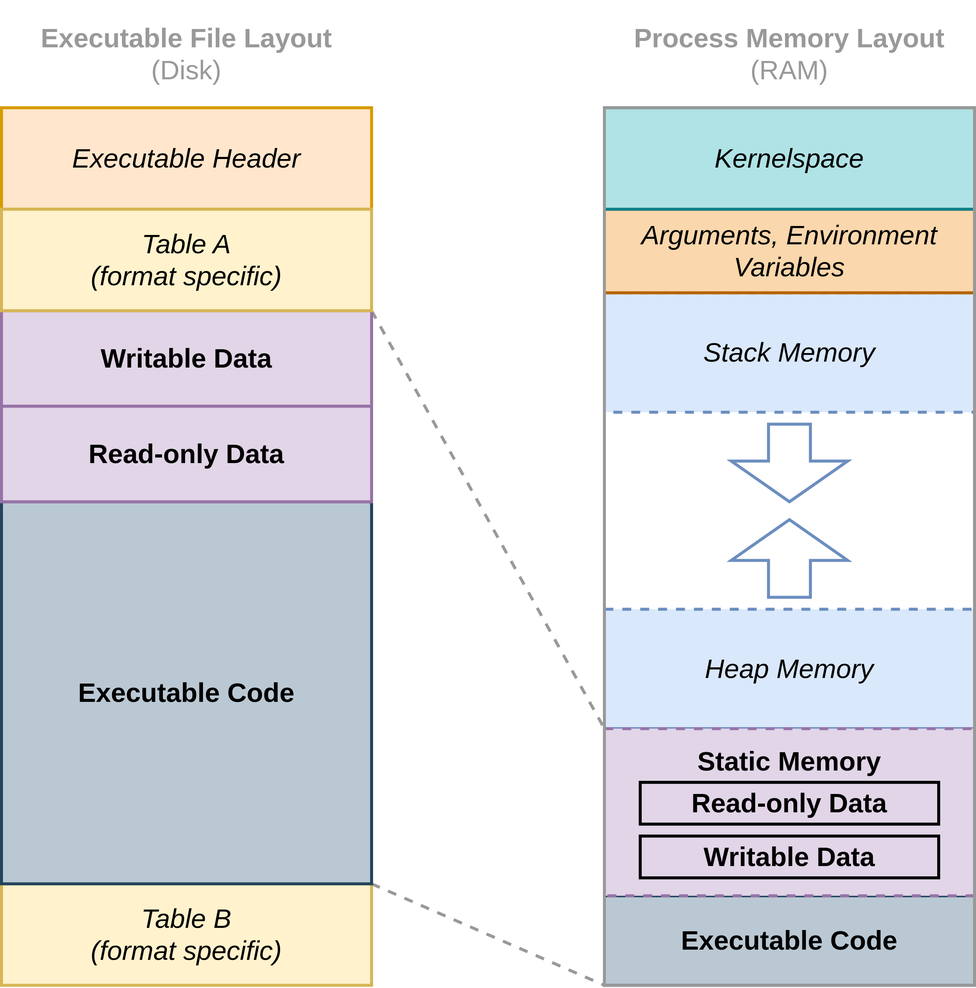
This is src/chp4/program_process.svg from tnballo/high-assurance-rust, a draw.io export, as it was before one commit. Source tidied: cells renumbered, new cells last; positions are measured from the earlier drawing's top-left corner, leaving out a move shared by most shapes.
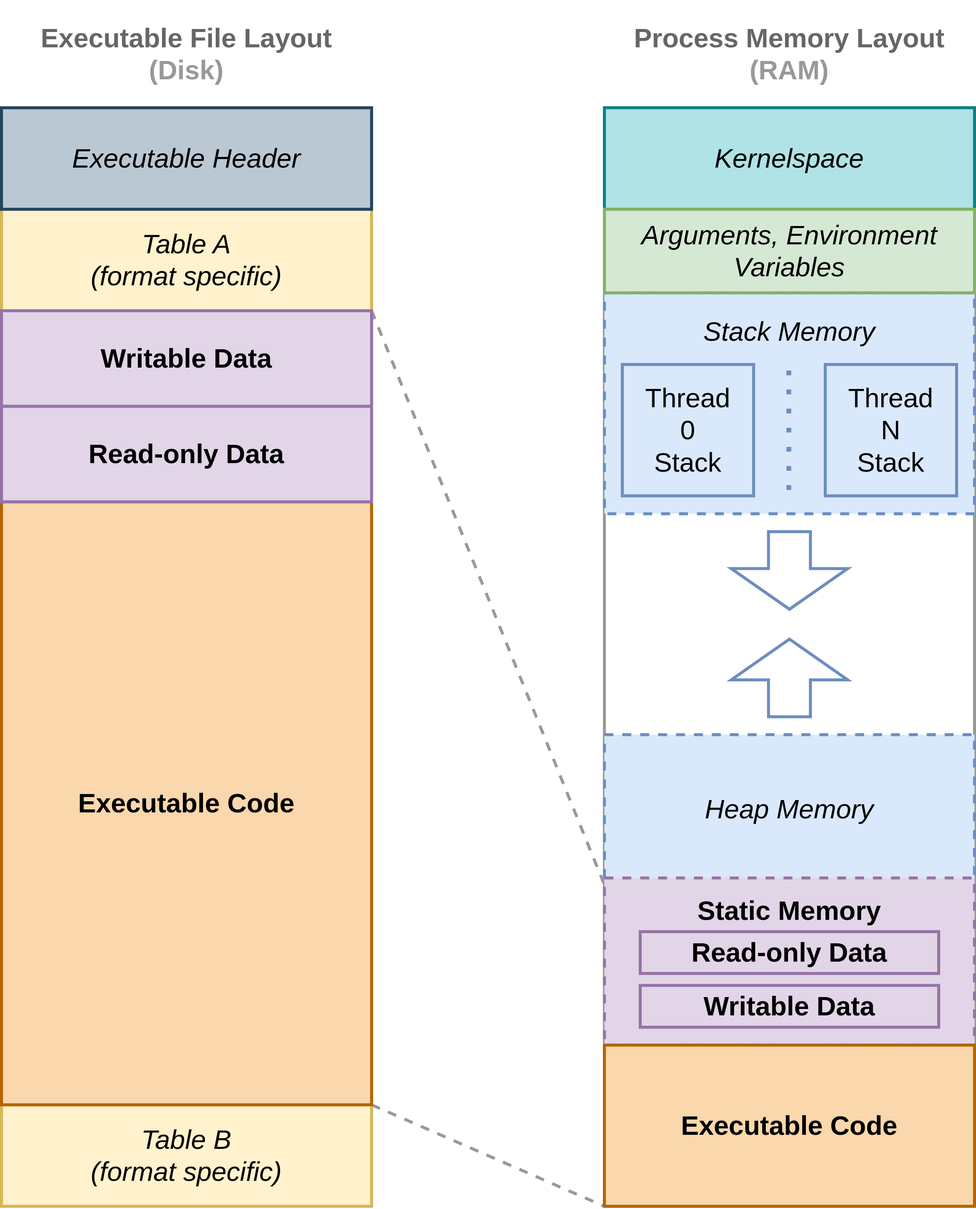
Above is the later version.

Change to the diagram source:
```diff
@@ -2,17 +2,17 @@
   <root>
     <mxCell id="0" />
     <mxCell id="1" parent="0" />
+    <mxCell id="23" style="rounded=0;whiteSpace=wrap;html=1;strokeWidth=5;fillColor=none;verticalAlign=bottom;labelPosition=center;verticalLabelPosition=top;align=center;strokeColor=#999999;fontStyle=1;" parent="1" vertex="1">
+      <mxGeometry x="1010" y="180" width="620" height="1840" as="geometry" />
+    </mxCell>
     <mxCell id="2" value="&lt;font style=&quot;font-size: 45px;&quot;&gt;Heap Memory&lt;/font&gt;" style="rounded=0;whiteSpace=wrap;html=1;strokeWidth=5;fillColor=#dae8fc;fontSize=45;dashed=1;strokeColor=#6c8ebf;fontStyle=2;" parent="1" vertex="1">
-      <mxGeometry x="1010" y="1020" width="620" height="200" as="geometry" />
+      <mxGeometry x="1010" y="1230" width="620" height="250" as="geometry" />
     </mxCell>
-    <mxCell id="3" value="&lt;font style=&quot;font-size: 45px;&quot;&gt;Stack Memory&lt;/font&gt;" style="rounded=0;whiteSpace=wrap;html=1;strokeWidth=5;fillColor=#dae8fc;fontSize=45;dashed=1;strokeColor=#6c8ebf;fontStyle=2;" parent="1" vertex="1">
-      <mxGeometry x="1010" y="490" width="620" height="200" as="geometry" />
+    <mxCell id="3" style="rounded=0;whiteSpace=wrap;html=1;strokeWidth=5;fillColor=#dae8fc;fontSize=45;dashed=1;strokeColor=#6c8ebf;fontStyle=2;" parent="1" vertex="1">
+      <mxGeometry x="1010" y="490" width="620" height="370" as="geometry" />
     </mxCell>
-    <mxCell id="4" value="&lt;font style=&quot;font-size: 45px;&quot;&gt;Executable Code&lt;/font&gt;" style="rounded=0;whiteSpace=wrap;html=1;strokeWidth=5;fillColor=#bac8d3;fontSize=45;strokeColor=#23445d;fontStyle=1;" parent="1" vertex="1">
-      <mxGeometry x="1010" y="1500" width="620" height="150" as="geometry" />
-    </mxCell>
     <mxCell id="5" style="html=1;shadow=0;align=center;verticalAlign=middle;shape=mxgraph.arrows2.arrow;dy=0.64;dx=68.18;direction=north;notch=0;strokeWidth=5;fontSize=45;strokeColor=#6c8ebf;fillColor=none;" parent="1" vertex="1">
-      <mxGeometry x="1222.5" y="870" width="195" height="130" as="geometry" />
+      <mxGeometry x="1222.5" y="1070" width="195" height="130" as="geometry" />
     </mxCell>
     <mxCell id="6" style="endArrow=none;dashed=1;html=1;strokeWidth=5;fontSize=45;fontColor=#330000;strokeColor=#999999;entryX=0.002;entryY=0.709;entryDx=0;entryDy=0;entryPerimeter=0;exitX=1;exitY=0;exitDx=0;exitDy=0;" parent="1" edge="1" source="10" target="23">
       <mxGeometry relative="1" as="geometry" />
@@ -20,53 +20,68 @@
     <mxCell id="7" style="endArrow=none;dashed=1;html=1;strokeWidth=5;fontSize=45;fontColor=#330000;strokeColor=#999999;entryX=0;entryY=1;entryDx=0;entryDy=0;exitX=1;exitY=1;exitDx=0;exitDy=0;" parent="1" edge="1" source="15" target="4">
       <mxGeometry relative="1" as="geometry" />
     </mxCell>
-    <mxCell id="8" value="&lt;div style=&quot;font-size: 45px;&quot;&gt;&lt;font style=&quot;font-size: 45px;&quot;&gt;&lt;font style=&quot;font-size: 45px;&quot;&gt;Arguments, Environment &lt;br style=&quot;font-size: 45px;&quot;&gt;&lt;/font&gt;&lt;/font&gt;&lt;/div&gt;&lt;div style=&quot;font-size: 45px;&quot;&gt;&lt;font style=&quot;font-size: 45px;&quot;&gt;&lt;font style=&quot;font-size: 45px;&quot;&gt;Variables&lt;/font&gt;&lt;/font&gt;&lt;/div&gt;" style="rounded=0;whiteSpace=wrap;html=1;strokeWidth=5;fillColor=#fad7ac;fontSize=45;strokeColor=#b46504;fontStyle=2;" parent="1" vertex="1">
-      <mxGeometry x="1010" y="350" width="620" height="140" as="geometry" />
-    </mxCell>
     <mxCell id="9" style="html=1;shadow=0;align=center;verticalAlign=middle;shape=mxgraph.arrows2.arrow;dy=0.64;dx=68.18;direction=north;notch=0;strokeWidth=5;fontSize=45;strokeColor=#6c8ebf;fillColor=none;rotation=-180;" parent="1" vertex="1">
-      <mxGeometry x="1222.5" y="710" width="195" height="130" as="geometry" />
+      <mxGeometry x="1222.5" y="890" width="195" height="130" as="geometry" />
     </mxCell>
-    <mxCell id="10" value="&lt;font style=&quot;font-size: 45px;&quot;&gt;Writable Data&lt;br style=&quot;font-size: 45px;&quot;&gt;&lt;/font&gt;" style="rounded=0;whiteSpace=wrap;html=1;strokeWidth=5;fillColor=#e1d5e7;fontSize=45;strokeColor=#9673a6;fontStyle=1;" parent="1" vertex="1">
-      <mxGeometry y="520" width="620" height="160" as="geometry" />
-    </mxCell>
     <mxCell id="11" value="&lt;i style=&quot;font-size: 45px;&quot;&gt;&lt;font style=&quot;font-size: 45px;&quot;&gt;&lt;font style=&quot;font-size: 45px;&quot;&gt;Kernelspace&lt;/font&gt;&lt;/font&gt;&lt;/i&gt;" style="rounded=0;whiteSpace=wrap;html=1;strokeWidth=5;fillColor=#b0e3e6;fontSize=45;strokeColor=#0e8088;" parent="1" vertex="1">
       <mxGeometry x="1010" y="180" width="620" height="170" as="geometry" />
     </mxCell>
-    <mxCell id="12" value="&lt;i style=&quot;font-size: 45px;&quot;&gt;&lt;font style=&quot;font-size: 45px;&quot;&gt;&lt;font style=&quot;font-size: 45px;&quot;&gt;Executable Header&lt;br&gt;&lt;/font&gt;&lt;/font&gt;&lt;/i&gt;" style="rounded=0;whiteSpace=wrap;html=1;strokeWidth=5;fillColor=#ffe6cc;fontSize=45;strokeColor=#d79b00;" parent="1" vertex="1">
-      <mxGeometry y="180" width="620" height="170" as="geometry" />
-    </mxCell>
     <mxCell id="13" value="&lt;div&gt;&lt;i style=&quot;font-size: 45px;&quot;&gt;&lt;font style=&quot;font-size: 45px;&quot;&gt;&lt;font style=&quot;font-size: 45px;&quot;&gt;Table A&lt;/font&gt;&lt;/font&gt;&lt;/i&gt;&lt;/div&gt;&lt;div&gt;&lt;i style=&quot;font-size: 45px;&quot;&gt;&lt;font style=&quot;font-size: 45px;&quot;&gt;&lt;font style=&quot;font-size: 45px;&quot;&gt;(format specific)&lt;br&gt;&lt;/font&gt;&lt;/font&gt;&lt;/i&gt;&lt;/div&gt;" style="rounded=0;whiteSpace=wrap;html=1;strokeWidth=5;fillColor=#fff2cc;fontSize=45;strokeColor=#d6b656;" parent="1" vertex="1">
       <mxGeometry y="350" width="620" height="170" as="geometry" />
     </mxCell>
     <mxCell id="14" value="&lt;div&gt;&lt;i style=&quot;font-size: 45px;&quot;&gt;&lt;font style=&quot;font-size: 45px;&quot;&gt;&lt;font style=&quot;font-size: 45px;&quot;&gt;Table B &lt;br&gt;&lt;/font&gt;&lt;/font&gt;&lt;/i&gt;&lt;/div&gt;&lt;div&gt;&lt;i style=&quot;font-size: 45px;&quot;&gt;&lt;font style=&quot;font-size: 45px;&quot;&gt;&lt;font style=&quot;font-size: 45px;&quot;&gt;(format specific)&lt;br&gt;&lt;/font&gt;&lt;/font&gt;&lt;/i&gt;&lt;/div&gt;" style="rounded=0;whiteSpace=wrap;html=1;strokeWidth=5;fillColor=#fff2cc;fontSize=45;strokeColor=#d6b656;" parent="1" vertex="1">
-      <mxGeometry y="1480" width="620" height="170" as="geometry" />
+      <mxGeometry y="1850" width="620" height="170" as="geometry" />
     </mxCell>
-    <mxCell id="15" value="&lt;font style=&quot;font-size: 45px;&quot;&gt;Executable Code&lt;/font&gt;" style="rounded=0;whiteSpace=wrap;html=1;strokeWidth=5;fillColor=#bac8d3;fontSize=45;strokeColor=#23445d;fontStyle=1;" parent="1" vertex="1">
-      <mxGeometry y="840" width="620" height="640" as="geometry" />
+    <mxCell id="15" value="&lt;font style=&quot;font-size: 45px;&quot;&gt;Executable Code&lt;/font&gt;" style="rounded=0;whiteSpace=wrap;html=1;strokeWidth=5;fillColor=#fad7ac;fontSize=45;strokeColor=#b46504;fontStyle=1;" parent="1" vertex="1">
+      <mxGeometry y="840" width="620" height="1010" as="geometry" />
     </mxCell>
     <mxCell id="16" value="&lt;font style=&quot;font-size: 45px;&quot;&gt;Read-only Data&lt;br style=&quot;font-size: 45px;&quot;&gt;&lt;/font&gt;" style="rounded=0;whiteSpace=wrap;html=1;strokeWidth=5;fillColor=#e1d5e7;fontSize=45;strokeColor=#9673a6;fontStyle=1;" parent="1" vertex="1">
       <mxGeometry y="680" width="620" height="160" as="geometry" />
     </mxCell>
-    <mxCell id="17" value="&lt;div&gt;&lt;font color=&quot;#999999&quot;&gt;&lt;b&gt;&lt;font style=&quot;font-size: 45px;&quot;&gt;Executable File Layout &lt;br&gt;&lt;/font&gt;&lt;/b&gt;&lt;/font&gt;&lt;/div&gt;&lt;div&gt;&lt;font color=&quot;#999999&quot;&gt;&lt;font style=&quot;font-size: 45px;&quot;&gt;(Disk)&lt;/font&gt;&lt;/font&gt;&lt;/div&gt;" style="text;html=1;strokeColor=none;fillColor=none;align=center;verticalAlign=middle;whiteSpace=wrap;rounded=0;" parent="1" vertex="1">
+    <mxCell id="17" value="&lt;div&gt;&lt;b&gt;&lt;font color=&quot;#666666&quot; style=&quot;font-size: 45px;&quot;&gt;Executable File Layout&lt;/font&gt;&lt;font color=&quot;#999999&quot;&gt;&lt;font style=&quot;font-size: 45px;&quot;&gt; &lt;br&gt;&lt;/font&gt;&lt;/font&gt;&lt;/b&gt;&lt;/div&gt;&lt;div&gt;&lt;b&gt;&lt;font color=&quot;#999999&quot;&gt;&lt;font style=&quot;font-size: 45px;&quot;&gt;(Disk)&lt;/font&gt;&lt;/font&gt;&lt;/b&gt;&lt;/div&gt;" style="text;html=1;strokeColor=none;fillColor=none;align=center;verticalAlign=middle;whiteSpace=wrap;rounded=0;" parent="1" vertex="1">
       <mxGeometry width="620" height="180" as="geometry" />
     </mxCell>
-    <mxCell id="18" value="&lt;div&gt;&lt;font color=&quot;#999999&quot;&gt;&lt;b&gt;&lt;font style=&quot;font-size: 45px;&quot;&gt;Process Memory Layout &lt;br&gt;&lt;/font&gt;&lt;/b&gt;&lt;/font&gt;&lt;/div&gt;&lt;div&gt;&lt;font color=&quot;#999999&quot;&gt;&lt;font style=&quot;font-size: 45px;&quot;&gt;(RAM)&lt;/font&gt;&lt;/font&gt;&lt;/div&gt;" style="text;html=1;strokeColor=none;fillColor=none;align=center;verticalAlign=middle;whiteSpace=wrap;rounded=0;" parent="1" vertex="1">
+    <mxCell id="18" value="&lt;div&gt;&lt;b&gt;&lt;font color=&quot;#666666&quot; style=&quot;font-size: 45px;&quot;&gt;Process Memory Layout&lt;/font&gt;&lt;font color=&quot;#999999&quot;&gt;&lt;font style=&quot;font-size: 45px;&quot;&gt; &lt;br&gt;&lt;/font&gt;&lt;/font&gt;&lt;/b&gt;&lt;/div&gt;&lt;div&gt;&lt;b&gt;&lt;font color=&quot;#999999&quot;&gt;&lt;font style=&quot;font-size: 45px;&quot;&gt;(RAM)&lt;/font&gt;&lt;/font&gt;&lt;/b&gt;&lt;/div&gt;" style="text;html=1;strokeColor=none;fillColor=none;align=center;verticalAlign=middle;whiteSpace=wrap;rounded=0;" parent="1" vertex="1">
       <mxGeometry x="1010" width="620" height="180" as="geometry" />
     </mxCell>
     <mxCell id="19" style="rounded=0;whiteSpace=wrap;html=1;strokeWidth=5;fillColor=#e1d5e7;fontSize=45;dashed=1;strokeColor=#9673a6;horizontal=1;verticalAlign=top;" parent="1" vertex="1">
-      <mxGeometry x="1010" y="1220" width="620" height="280" as="geometry" />
+      <mxGeometry x="1010" y="1470" width="620" height="280" as="geometry" />
     </mxCell>
-    <mxCell id="20" value="&lt;font style=&quot;font-size: 45px;&quot;&gt;&lt;font style=&quot;font-size: 45px;&quot;&gt;Read-only Data&lt;br style=&quot;font-size: 45px;&quot;&gt;&lt;/font&gt;&lt;/font&gt;" style="rounded=0;whiteSpace=wrap;html=1;strokeWidth=5;fillColor=none;fontSize=45;strokeColor=#000000;fontColor=#000000;fontStyle=1;" parent="1" vertex="1">
-      <mxGeometry x="1070" y="1310" width="500" height="70" as="geometry" />
+    <mxCell id="20" value="&lt;font style=&quot;font-size: 45px;&quot;&gt;&lt;font style=&quot;font-size: 45px;&quot;&gt;Read-only Data&lt;br style=&quot;font-size: 45px;&quot;&gt;&lt;/font&gt;&lt;/font&gt;" style="rounded=0;whiteSpace=wrap;html=1;strokeWidth=5;fillColor=#e1d5e7;fontSize=45;strokeColor=#9673a6;fontStyle=1;" parent="1" vertex="1">
+      <mxGeometry x="1070" y="1560" width="500" height="70" as="geometry" />
     </mxCell>
-    <mxCell id="21" value="&lt;font style=&quot;font-size: 45px;&quot;&gt;Writable Data&lt;br style=&quot;font-size: 45px;&quot;&gt;&lt;/font&gt;" style="rounded=0;whiteSpace=wrap;html=1;strokeWidth=5;fillColor=none;fontSize=45;strokeColor=#000000;fontColor=#000000;fontStyle=1;" parent="1" vertex="1">
-      <mxGeometry x="1070" y="1400" width="500" height="70" as="geometry" />
+    <mxCell id="21" value="&lt;font style=&quot;font-size: 45px;&quot;&gt;Writable Data&lt;br style=&quot;font-size: 45px;&quot;&gt;&lt;/font&gt;" style="rounded=0;whiteSpace=wrap;html=1;strokeWidth=5;fillColor=#e1d5e7;fontSize=45;strokeColor=#9673a6;fontStyle=1;" parent="1" vertex="1">
+      <mxGeometry x="1070" y="1650" width="500" height="70" as="geometry" />
     </mxCell>
     <mxCell id="22" value="&lt;div&gt;&lt;font color=&quot;#999999&quot;&gt;&lt;font style=&quot;font-size: 45px;&quot;&gt;&lt;font color=&quot;#000000&quot;&gt;Static Memory&lt;/font&gt;&lt;/font&gt;&lt;span&gt;&lt;font style=&quot;font-size: 45px;&quot;&gt;&lt;br&gt;&lt;/font&gt;&lt;/span&gt;&lt;/font&gt;&lt;/div&gt;" style="text;html=1;strokeColor=none;fillColor=none;align=center;verticalAlign=middle;whiteSpace=wrap;rounded=0;fontStyle=1;" parent="1" vertex="1">
-      <mxGeometry x="1010" y="1240" width="620" height="70" as="geometry" />
+      <mxGeometry x="1010" y="1490" width="620" height="70" as="geometry" />
     </mxCell>
-    <mxCell id="23" style="rounded=0;whiteSpace=wrap;html=1;strokeWidth=5;fillColor=none;verticalAlign=bottom;labelPosition=center;verticalLabelPosition=top;align=center;strokeColor=#999999;fontStyle=1;" parent="1" vertex="1">
-      <mxGeometry x="1010" y="180" width="620" height="1470" as="geometry" />
-    </mxCell>
+    <mxCell id="8" value="&lt;div style=&quot;font-size: 45px;&quot;&gt;&lt;font style=&quot;font-size: 45px;&quot;&gt;&lt;font style=&quot;font-size: 45px;&quot;&gt;Arguments, Environment &lt;br style=&quot;font-size: 45px;&quot;&gt;&lt;/font&gt;&lt;/font&gt;&lt;/div&gt;&lt;div style=&quot;font-size: 45px;&quot;&gt;&lt;font style=&quot;font-size: 45px;&quot;&gt;&lt;font style=&quot;font-size: 45px;&quot;&gt;Variables&lt;/font&gt;&lt;/font&gt;&lt;/div&gt;" style="rounded=0;whiteSpace=wrap;html=1;strokeWidth=5;fillColor=#d5e8d4;fontSize=45;strokeColor=#82b366;fontStyle=2;" parent="1" vertex="1">
+      <mxGeometry x="1010" y="350" width="620" height="140" as="geometry" />
+    </mxCell>
+    <mxCell id="10" value="&lt;font style=&quot;font-size: 45px;&quot;&gt;Writable Data&lt;br style=&quot;font-size: 45px;&quot;&gt;&lt;/font&gt;" style="rounded=0;whiteSpace=wrap;html=1;strokeWidth=5;fillColor=#e1d5e7;fontSize=45;strokeColor=#9673a6;fontStyle=1;" parent="1" vertex="1">
+      <mxGeometry y="520" width="620" height="160" as="geometry" />
+    </mxCell>
+    <mxCell id="12" value="&lt;i style=&quot;font-size: 45px;&quot;&gt;&lt;font style=&quot;font-size: 45px;&quot;&gt;&lt;font style=&quot;font-size: 45px;&quot;&gt;Executable Header&lt;br&gt;&lt;/font&gt;&lt;/font&gt;&lt;/i&gt;" style="rounded=0;whiteSpace=wrap;html=1;strokeWidth=5;fillColor=#bac8d3;fontSize=45;strokeColor=#23445d;" parent="1" vertex="1">
+      <mxGeometry y="180" width="620" height="170" as="geometry" />
+    </mxCell>
+    <mxCell id="4" value="&lt;font style=&quot;font-size: 45px;&quot;&gt;Executable Code&lt;/font&gt;" style="rounded=0;whiteSpace=wrap;html=1;strokeWidth=5;fillColor=#fad7ac;fontSize=45;strokeColor=#b46504;fontStyle=1;" parent="1" vertex="1">
+      <mxGeometry x="1010" y="1750" width="620" height="270" as="geometry" />
+    </mxCell>
+    <mxCell id="24" value="&lt;div&gt;&lt;font color=&quot;#999999&quot;&gt;&lt;font style=&quot;font-size: 45px; font-weight: normal;&quot;&gt;&lt;font color=&quot;#000000&quot;&gt;&lt;i&gt;Stack Memory&lt;/i&gt;&lt;/font&gt;&lt;/font&gt;&lt;i&gt;&lt;span&gt;&lt;font style=&quot;font-size: 45px;&quot;&gt;&lt;br&gt;&lt;/font&gt;&lt;/span&gt;&lt;/i&gt;&lt;/font&gt;&lt;/div&gt;" style="text;html=1;strokeColor=none;fillColor=none;align=center;verticalAlign=middle;whiteSpace=wrap;rounded=0;fontStyle=1;" parent="1" vertex="1">
+      <mxGeometry x="1010" y="520" width="620" height="70" as="geometry" />
+    </mxCell>
+    <mxCell id="25" value="&lt;div&gt;&lt;font style=&quot;font-size: 45px;&quot;&gt;&lt;font style=&quot;font-size: 45px;&quot;&gt;Thread &lt;br&gt;&lt;/font&gt;&lt;/font&gt;&lt;/div&gt;&lt;div&gt;&lt;font style=&quot;font-size: 45px;&quot;&gt;&lt;font style=&quot;font-size: 45px;&quot;&gt;0&lt;br&gt;&lt;/font&gt;&lt;/font&gt;&lt;/div&gt;&lt;div&gt;&lt;font style=&quot;font-size: 45px;&quot;&gt;&lt;font style=&quot;font-size: 45px;&quot;&gt;Stack&lt;br&gt;&lt;/font&gt;&lt;/font&gt;&lt;/div&gt;" style="rounded=0;whiteSpace=wrap;html=1;strokeWidth=5;fillColor=#dae8fc;fontSize=45;strokeColor=#6c8ebf;fontStyle=0;" parent="1" vertex="1">
+      <mxGeometry x="1040" y="610" width="220" height="220" as="geometry" />
+    </mxCell>
+    <mxCell id="26" value="&lt;div&gt;&lt;font style=&quot;font-size: 45px;&quot;&gt;&lt;font style=&quot;font-size: 45px;&quot;&gt;Thread&lt;/font&gt;&lt;/font&gt;&lt;/div&gt;&lt;div&gt;&lt;font style=&quot;font-size: 45px;&quot;&gt;&lt;font style=&quot;font-size: 45px;&quot;&gt;N&lt;br&gt;&lt;/font&gt;&lt;/font&gt;&lt;/div&gt;&lt;div&gt;&lt;font style=&quot;font-size: 45px;&quot;&gt;&lt;font style=&quot;font-size: 45px;&quot;&gt;Stack&lt;br&gt;&lt;/font&gt;&lt;/font&gt;&lt;/div&gt;" style="rounded=0;whiteSpace=wrap;html=1;strokeWidth=5;fillColor=#dae8fc;fontSize=45;strokeColor=#6c8ebf;fontStyle=0;" parent="1" vertex="1">
+      <mxGeometry x="1380" y="610" width="220" height="220" as="geometry" />
+    </mxCell>
+    <mxCell id="27" style="endArrow=none;dashed=1;html=1;dashPattern=1 3;strokeWidth=8;rounded=0;fillColor=#dae8fc;strokeColor=#6c8ebf;" parent="1" edge="1">
+      <mxGeometry relative="1" as="geometry">
+        <mxPoint x="1319" y="820" as="sourcePoint" />
+        <mxPoint x="1318.9" y="610" as="targetPoint" />
+      </mxGeometry>
+    </mxCell>
   </root>
 </mxGraphModel>
```
